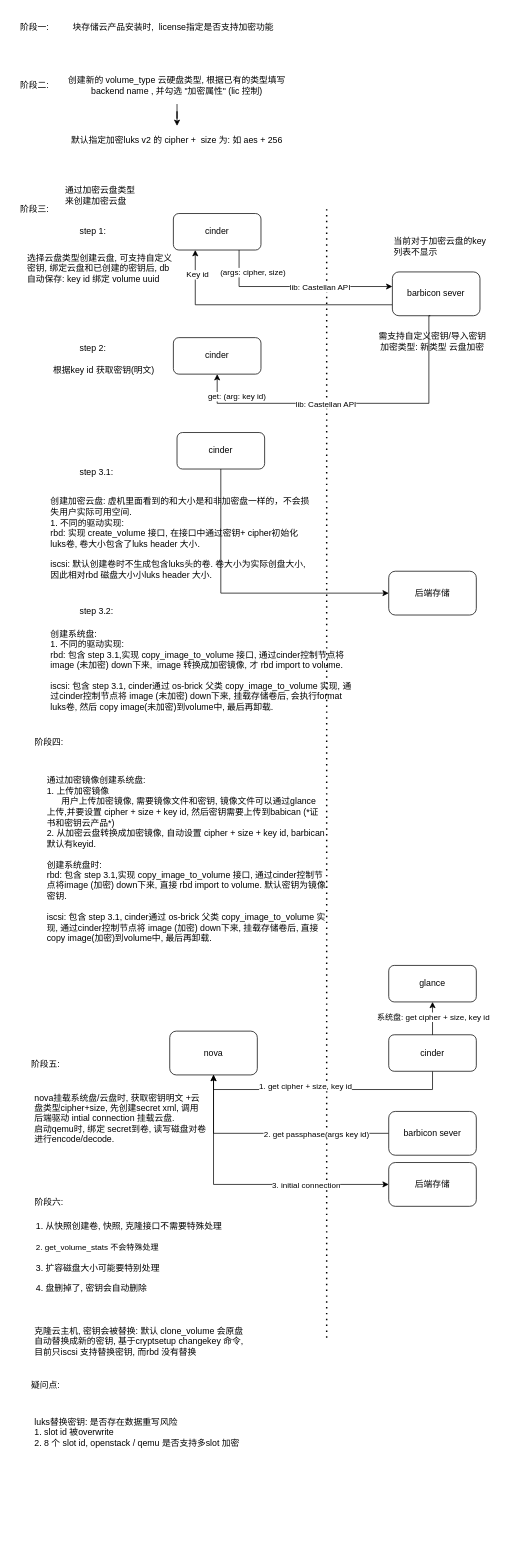
Before: 磁盘加密.drawio in ChenFanTony/ceph-diagrams, a draw.io diagram. Source tidied: cells renumbered, new cells numbered last; positions are measured from the earlier drawing's top-left corner, leaving out a move shared by most shapes. Both pictures are drawn from the tidied source at 73%, with x=0, y=0 at pixel (12, 12).
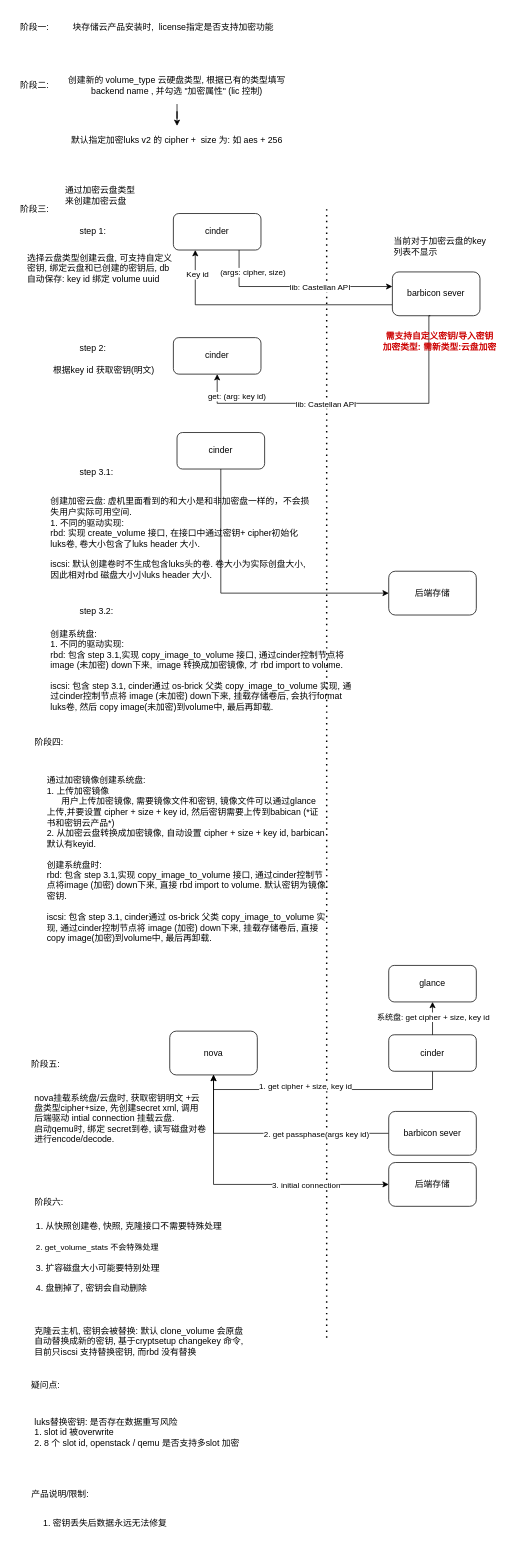
Above is the later version.

Commit message:
更新磁盘加密.drawio

What changed in the source:
```diff
@@
-    <mxCell id="52" value="需支持自定义密钥/导入密钥&lt;br&gt;加密类型: 新类型 云盘加密" style="text;html=1;whiteSpace=wrap;strokeColor=none;fillColor=none;align=center;verticalAlign=middle;rounded=0;" parent="1" vertex="1">
-      <mxGeometry x="475" y="435" width="200" height="30" as="geometry" />
+    <mxCell id="52" value="&lt;font style=&quot;&quot;&gt;&lt;b&gt;需支持自定义密钥/导入密钥&lt;br&gt;加密类型: 需新类型:云盘加密&lt;/b&gt;&lt;/font&gt;" style="text;html=1;whiteSpace=wrap;strokeColor=none;fillColor=none;align=center;verticalAlign=middle;rounded=0;fontColor=#CC0000;" parent="1" vertex="1">
+      <mxGeometry x="485" y="435" width="200" height="30" as="geometry" />
     </mxCell>
@@
+    <mxCell id="58" value="产品说明/限制:" style="text;html=1;whiteSpace=wrap;strokeColor=none;fillColor=none;align=center;verticalAlign=middle;rounded=0;" parent="1" vertex="1">
+      <mxGeometry x="10" y="2015" width="110" height="30" as="geometry" />
+    </mxCell>
+    <mxCell id="59" value="1.&amp;nbsp;密钥丢失后数据永远无法修复" style="text;html=1;whiteSpace=wrap;strokeColor=none;fillColor=none;align=left;verticalAlign=middle;rounded=0;" parent="1" vertex="1">
+      <mxGeometry x="40" y="2055" width="330" height="30" as="geometry" />
+    </mxCell>
```
